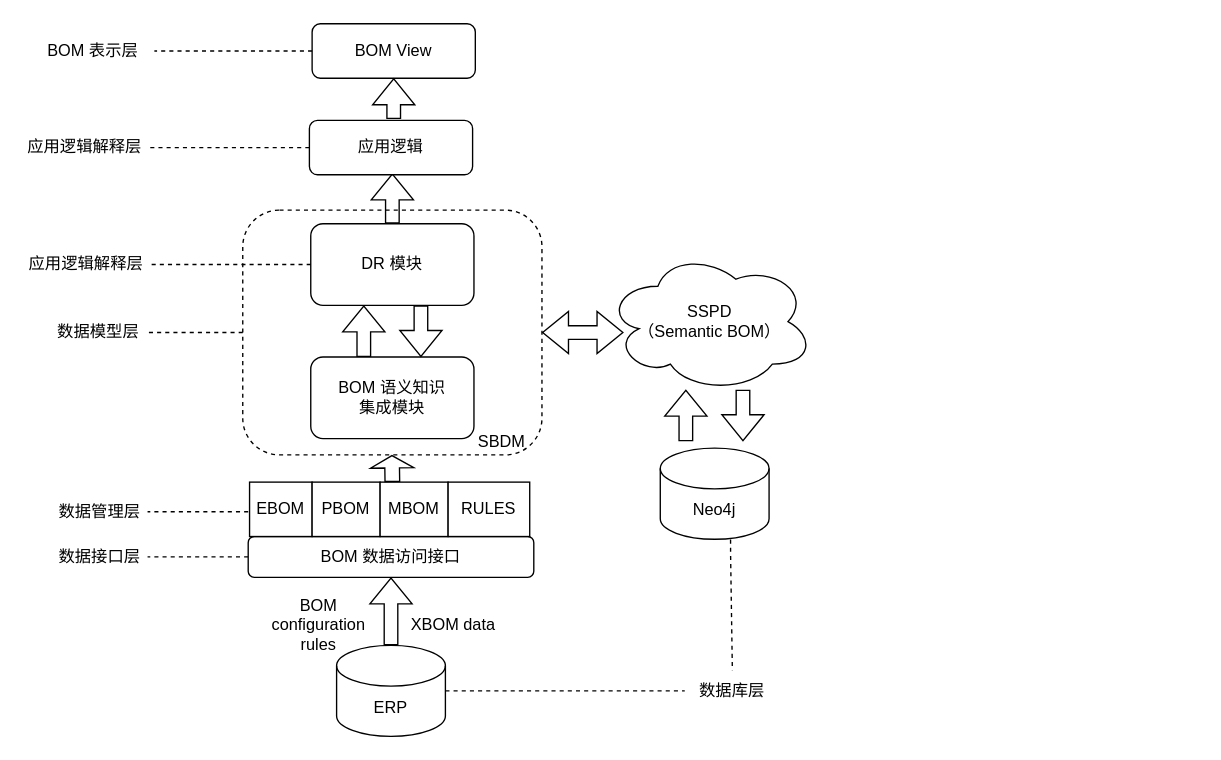
Above: page "Page-1" (1 of 4) of BOM/sys-design.drawio in littlelittlemoon/DiagramsRepository (draw.io), before the change. Source tidied: cells renumbered, new cells numbered last; positions are measured from the earlier drawing's top-left corner, leaving out a move shared by most shapes. Both pictures are drawn from the tidied source at 136%, with x=0, y=0 at pixel (23, 23).
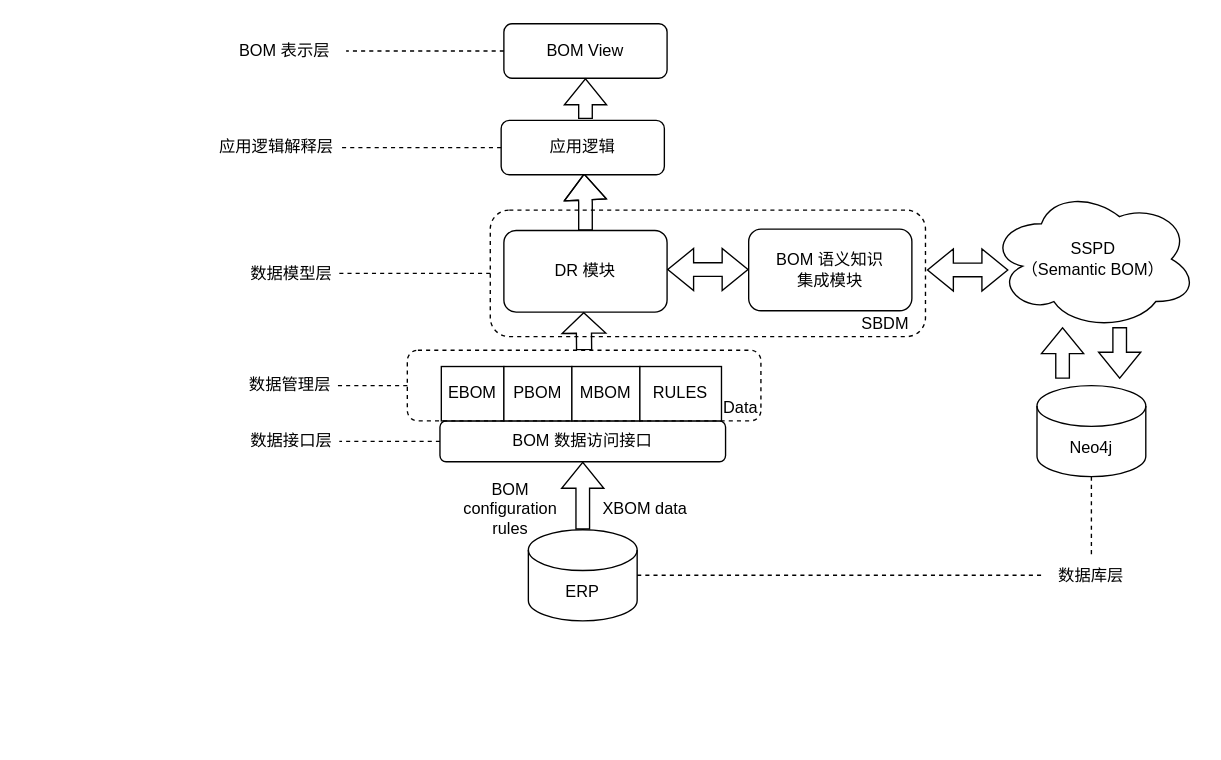
After the change.

Diff of the diagram source:
```diff
@@
     <mxCell id="2" value="SBDM&amp;nbsp; &amp;nbsp;" style="rounded=1;whiteSpace=wrap;html=1;fillColor=none;dashed=1;verticalAlign=bottom;align=right;" parent="1" vertex="1">
-      <mxGeometry x="161" y="137" width="220" height="180" as="geometry" />
+      <mxGeometry x="343" y="137" width="320" height="93" as="geometry" />
     </mxCell>
     <mxCell id="3" value="BOM View" style="rounded=1;whiteSpace=wrap;html=1;" parent="1" vertex="1">
-      <mxGeometry x="212" width="120" height="40" as="geometry" />
+      <mxGeometry x="353" width="120" height="40" as="geometry" />
     </mxCell>
-    <mxCell id="4" style="edgeStyle=orthogonalEdgeStyle;rounded=0;orthogonalLoop=1;jettySize=auto;html=1;exitX=0.25;exitY=0;exitDx=0;exitDy=0;entryX=0.25;entryY=1;entryDx=0;entryDy=0;shape=flexArrow;" parent="1" edge="1">
-      <mxGeometry relative="1" as="geometry">
-        <mxPoint x="250" y="245" as="sourcePoint" />
-        <mxPoint x="250" y="207" as="targetPoint" />
-      </mxGeometry>
-    </mxCell>
     <mxCell id="5" value="BOM 语义知识&lt;br&gt;集成模块" style="rounded=1;whiteSpace=wrap;html=1;" parent="1" vertex="1">
-      <mxGeometry x="211" y="245" width="120" height="60" as="geometry" />
+      <mxGeometry x="533" y="151" width="120" height="60" as="geometry" />
     </mxCell>
-    <mxCell id="6" style="edgeStyle=orthogonalEdgeStyle;rounded=0;orthogonalLoop=1;jettySize=auto;html=1;exitX=0.75;exitY=1;exitDx=0;exitDy=0;entryX=0.75;entryY=0;entryDx=0;entryDy=0;shape=flexArrow;" parent="1" edge="1">
-      <mxGeometry relative="1" as="geometry">
-        <mxPoint x="292" y="207" as="sourcePoint" />
-        <mxPoint x="292" y="245" as="targetPoint" />
-      </mxGeometry>
-    </mxCell>
     <mxCell id="7" style="edgeStyle=orthogonalEdgeStyle;rounded=0;jettySize=auto;html=1;exitX=0.5;exitY=0;exitDx=0;exitDy=0;shape=flexArrow;" parent="1" edge="1" source="8">
       <mxGeometry relative="1" as="geometry">
-        <mxPoint x="271" y="110" as="targetPoint" />
+        <mxPoint x="412" y="110" as="targetPoint" />
       </mxGeometry>
     </mxCell>
     <mxCell id="8" value="DR 模块" style="rounded=1;whiteSpace=wrap;html=1;" parent="1" vertex="1">
-      <mxGeometry x="211" y="147" width="120" height="60" as="geometry" />
+      <mxGeometry x="353" y="152" width="120" height="60" as="geometry" />
     </mxCell>
@@
     <mxCell id="10" value="ERP" style="shape=cylinder3;whiteSpace=wrap;html=1;boundedLbl=1;backgroundOutline=1;size=15;" parent="1" vertex="1">
-      <mxGeometry x="230" y="457" width="80" height="67" as="geometry" />
+      <mxGeometry x="371" y="372" width="80" height="67" as="geometry" />
     </mxCell>
     <mxCell id="11" value="BOM configuration rules" style="text;html=1;strokeColor=none;fillColor=none;align=center;verticalAlign=middle;whiteSpace=wrap;rounded=0;dashed=1;" parent="1" vertex="1">
-      <mxGeometry x="172" y="427" width="90" height="30" as="geometry" />
+      <mxGeometry x="313" y="342" width="90" height="30" as="geometry" />
     </mxCell>
     <mxCell id="12" value="XBOM data" style="text;html=1;strokeColor=none;fillColor=none;align=center;verticalAlign=middle;whiteSpace=wrap;rounded=0;dashed=1;" parent="1" vertex="1">
-      <mxGeometry x="281" y="427" width="70" height="30" as="geometry" />
+      <mxGeometry x="422" y="342" width="70" height="30" as="geometry" />
     </mxCell>
@@
     <mxCell id="14" value="BOM 数据访问接口" style="rounded=1;whiteSpace=wrap;html=1;" parent="1" vertex="1">
-      <mxGeometry x="165" y="377" width="210" height="30" as="geometry" />
+      <mxGeometry x="306" y="292" width="210" height="30" as="geometry" />
     </mxCell>
     <mxCell id="15" value="EBOM" style="rounded=0;whiteSpace=wrap;html=1;" parent="1" vertex="1">
-      <mxGeometry x="166" y="337" width="46" height="40" as="geometry" />
+      <mxGeometry x="307" y="252" width="46" height="40" as="geometry" />
     </mxCell>
     <mxCell id="16" value="PBOM" style="rounded=0;whiteSpace=wrap;html=1;" parent="1" vertex="1">
-      <mxGeometry x="212" y="337" width="50" height="40" as="geometry" />
+      <mxGeometry x="353" y="252" width="50" height="40" as="geometry" />
     </mxCell>
     <mxCell id="17" value="MBOM" style="rounded=0;whiteSpace=wrap;html=1;" parent="1" vertex="1">
-      <mxGeometry x="262" y="337" width="50" height="40" as="geometry" />
+      <mxGeometry x="403" y="252" width="50" height="40" as="geometry" />
     </mxCell>
-    <mxCell id="18" style="edgeStyle=orthogonalEdgeStyle;rounded=0;orthogonalLoop=1;jettySize=auto;html=1;strokeColor=default;shape=flexArrow;strokeWidth=1;width=10.769230769230768;endSize=2.694230769230769;" parent="1" edge="1">
+    <mxCell id="18" style="edgeStyle=orthogonalEdgeStyle;rounded=0;jettySize=auto;html=1;strokeColor=default;shape=flexArrow;strokeWidth=1;width=11.11111111111111;endSize=4.669444444444444;exitX=0.5;exitY=0;exitDx=0;exitDy=0;" parent="1" edge="1" source="42">
       <mxGeometry relative="1" as="geometry">
-        <mxPoint x="271" y="337" as="sourcePoint" />
-        <mxPoint x="270.7" y="317" as="targetPoint" />
+        <mxPoint x="411.7" y="212" as="targetPoint" />
       </mxGeometry>
     </mxCell>
     <mxCell id="19" value="Neo4j" style="shape=cylinder3;whiteSpace=wrap;html=1;boundedLbl=1;backgroundOutline=1;size=15;" parent="1" vertex="1">
-      <mxGeometry x="468" y="312" width="80" height="67" as="geometry" />
+      <mxGeometry x="745" y="266" width="80" height="67" as="geometry" />
     </mxCell>
     <mxCell id="20" style="edgeStyle=orthogonalEdgeStyle;rounded=0;orthogonalLoop=1;jettySize=auto;html=1;exitX=0.75;exitY=1;exitDx=0;exitDy=0;entryX=0.75;entryY=0;entryDx=0;entryDy=0;shape=flexArrow;" parent="1" edge="1">
       <mxGeometry relative="1" as="geometry">
-        <mxPoint x="528.8" y="269" as="sourcePoint" />
-        <mxPoint x="528.8" y="307" as="targetPoint" />
+        <mxPoint x="805.8" y="223" as="sourcePoint" />
+        <mxPoint x="805.8" y="261" as="targetPoint" />
       </mxGeometry>
     </mxCell>
     <mxCell id="21" style="edgeStyle=orthogonalEdgeStyle;rounded=0;orthogonalLoop=1;jettySize=auto;html=1;exitX=0.25;exitY=0;exitDx=0;exitDy=0;entryX=0.25;entryY=1;entryDx=0;entryDy=0;shape=flexArrow;" parent="1" edge="1">
       <mxGeometry relative="1" as="geometry">
-        <mxPoint x="486.8" y="307" as="sourcePoint" />
-        <mxPoint x="486.8" y="269" as="targetPoint" />
+        <mxPoint x="763.8" y="261" as="sourcePoint" />
+        <mxPoint x="763.8" y="223" as="targetPoint" />
       </mxGeometry>
     </mxCell>
     <mxCell id="22" value="&lt;span&gt;SSPD&lt;br&gt;（Semantic BOM）&lt;/span&gt;" style="ellipse;shape=cloud;whiteSpace=wrap;html=1;rounded=0;fillColor=none;" parent="1" vertex="1">
-      <mxGeometry x="428" y="167" width="153" height="104" as="geometry" />
+      <mxGeometry x="710" y="121" width="153" height="104" as="geometry" />
     </mxCell>
-    <mxCell id="23" style="shape=flexArrow;endArrow=classic;startArrow=classic;html=1;rounded=0;strokeColor=default;strokeWidth=1;exitX=1;exitY=0.5;exitDx=0;exitDy=0;" parent="1" edge="1" source="2">
+    <mxCell id="23" style="shape=flexArrow;endArrow=classic;startArrow=classic;html=1;rounded=0;strokeColor=default;strokeWidth=1;exitX=1;exitY=0.5;exitDx=0;exitDy=0;" parent="1" edge="1">
       <mxGeometry relative="1" as="geometry">
-        <mxPoint x="441" y="227" as="targetPoint" />
+        <mxPoint x="664" y="181" as="sourcePoint" />
+        <mxPoint x="724" y="181" as="targetPoint" />
       </mxGeometry>
     </mxCell>
     <mxCell id="24" value="数据接口层" style="text;html=1;strokeColor=none;fillColor=none;align=center;verticalAlign=middle;whiteSpace=wrap;rounded=0;" parent="1" vertex="1">
-      <mxGeometry x="21" y="377" width="70" height="30" as="geometry" />
+      <mxGeometry x="162" y="292" width="70" height="30" as="geometry" />
     </mxCell>
     <mxCell id="25" value="数据管理层" style="text;html=1;strokeColor=none;fillColor=none;align=center;verticalAlign=middle;whiteSpace=wrap;rounded=0;" parent="1" vertex="1">
-      <mxGeometry x="21" y="344" width="70" height="30" as="geometry" />
+      <mxGeometry x="161" y="251" width="70" height="30" as="geometry" />
     </mxCell>
     <mxCell id="26" value="RULES" style="rounded=0;whiteSpace=wrap;html=1;" parent="1" vertex="1">
-      <mxGeometry x="312" y="337" width="60" height="40" as="geometry" />
+      <mxGeometry x="453" y="252" width="60" height="40" as="geometry" />
     </mxCell>
-    <mxCell id="27" style="edgeStyle=orthogonalEdgeStyle;rounded=0;orthogonalLoop=1;jettySize=auto;html=1;exitX=0;exitY=0.5;exitDx=0;exitDy=0;strokeColor=default;strokeWidth=1;dashed=1;endArrow=none;endFill=0;" parent="1" edge="1">
-      <mxGeometry relative="1" as="geometry">
-        <mxPoint x="165" y="358.8" as="sourcePoint" />
-        <mxPoint x="91" y="358.8" as="targetPoint" />
-      </mxGeometry>
+    <mxCell id="27" style="edgeStyle=orthogonalEdgeStyle;rounded=0;jettySize=auto;html=1;exitX=0;exitY=0.5;exitDx=0;exitDy=0;strokeColor=default;strokeWidth=1;dashed=1;endArrow=none;endFill=0;entryX=1;entryY=0.5;entryDx=0;entryDy=0;" parent="1" edge="1" source="42" target="25">
+      <mxGeometry relative="1" as="geometry" />
     </mxCell>
     <mxCell id="28" value="数据模型层" style="text;html=1;strokeColor=none;fillColor=none;align=center;verticalAlign=middle;whiteSpace=wrap;rounded=0;" parent="1" vertex="1">
-      <mxGeometry x="20" y="212" width="70" height="30" as="geometry" />
+      <mxGeometry x="162" y="168.5" width="70" height="30" as="geometry" />
     </mxCell>
-    <mxCell id="29" style="edgeStyle=orthogonalEdgeStyle;rounded=0;jettySize=auto;html=1;exitX=0.646;exitY=1.004;exitDx=0;exitDy=0;strokeColor=default;strokeWidth=1;dashed=1;endArrow=none;endFill=0;exitPerimeter=0;entryX=0.5;entryY=0;entryDx=0;entryDy=0;" parent="1" edge="1" source="19" target="30">
+    <mxCell id="29" style="edgeStyle=orthogonalEdgeStyle;rounded=0;jettySize=auto;html=1;exitX=0.5;exitY=1;exitDx=0;exitDy=0;strokeColor=default;strokeWidth=1;dashed=1;endArrow=none;endFill=0;exitPerimeter=0;entryX=0.5;entryY=0;entryDx=0;entryDy=0;" parent="1" edge="1" source="19" target="30">
       <mxGeometry relative="1" as="geometry">
         <Array as="points">
-          <mxPoint x="520" y="390" />
-          <mxPoint x="520" y="476" />
+          <mxPoint x="785" y="380" />
+          <mxPoint x="785" y="380" />
         </Array>
       </mxGeometry>
     </mxCell>
     <mxCell id="30" value="数据库层" style="text;html=1;strokeColor=none;fillColor=none;align=center;verticalAlign=middle;whiteSpace=wrap;rounded=0;" parent="1" vertex="1">
-      <mxGeometry x="486" y="475.5" width="70" height="30" as="geometry" />
+      <mxGeometry x="750" y="390.5" width="70" height="30" as="geometry" />
     </mxCell>
@@
-    <mxCell id="33" value="应用逻辑解释层" style="text;html=1;strokeColor=none;fillColor=none;align=center;verticalAlign=middle;whiteSpace=wrap;rounded=0;" parent="1" vertex="1">
-      <mxGeometry x="1" y="162" width="90" height="30" as="geometry" />
-    </mxCell>
-    <mxCell id="34" style="edgeStyle=orthogonalEdgeStyle;rounded=0;jettySize=auto;html=1;strokeColor=default;strokeWidth=1;dashed=1;endArrow=none;endFill=0;entryX=1;entryY=0.5;entryDx=0;entryDy=0;" parent="1" edge="1" source="8" target="33">
-      <mxGeometry relative="1" as="geometry" />
-    </mxCell>
     <mxCell id="35" value="BOM 表示层" style="text;html=1;strokeColor=none;fillColor=none;align=center;verticalAlign=middle;whiteSpace=wrap;rounded=0;" parent="1" vertex="1">
-      <mxGeometry x="6" y="5" width="90" height="30" as="geometry" />
+      <mxGeometry x="147" y="5" width="90" height="30" as="geometry" />
     </mxCell>
@@
     <mxCell id="37" value="应用逻辑" style="rounded=1;whiteSpace=wrap;html=1;" parent="1" vertex="1">
-      <mxGeometry x="210" y="71" width="120" height="40" as="geometry" />
+      <mxGeometry x="351" y="71" width="120" height="40" as="geometry" />
     </mxCell>
     <mxCell id="38" value="应用逻辑解释层" style="text;html=1;strokeColor=none;fillColor=none;align=center;verticalAlign=middle;whiteSpace=wrap;rounded=0;" parent="1" vertex="1">
-      <mxGeometry y="76" width="90" height="30" as="geometry" />
+      <mxGeometry x="141" y="76" width="90" height="30" as="geometry" />
     </mxCell>
@@
     <mxCell id="40" style="edgeStyle=orthogonalEdgeStyle;rounded=0;orthogonalLoop=1;jettySize=auto;html=1;shape=flexArrow;" parent="1" edge="1">
       <mxGeometry relative="1" as="geometry">
-        <mxPoint x="272" y="70" as="sourcePoint" />
-        <mxPoint x="272" y="40" as="targetPoint" />
+        <mxPoint x="413" y="70" as="sourcePoint" />
+        <mxPoint x="413" y="40" as="targetPoint" />
       </mxGeometry>
     </mxCell>
+    <mxCell id="41" style="shape=flexArrow;endArrow=classic;startArrow=classic;html=1;rounded=0;strokeColor=default;strokeWidth=1;exitX=1;exitY=0.5;exitDx=0;exitDy=0;" parent="1" edge="1">
+      <mxGeometry relative="1" as="geometry">
+        <mxPoint x="473" y="180.7" as="sourcePoint" />
+        <mxPoint x="533" y="180.7" as="targetPoint" />
+      </mxGeometry>
+    </mxCell>
+    <mxCell id="42" value="Data" style="rounded=1;whiteSpace=wrap;html=1;fillColor=none;dashed=1;verticalAlign=bottom;align=right;" parent="1" vertex="1">
+      <mxGeometry x="282" y="240" width="260" height="52" as="geometry" />
+    </mxCell>
```
